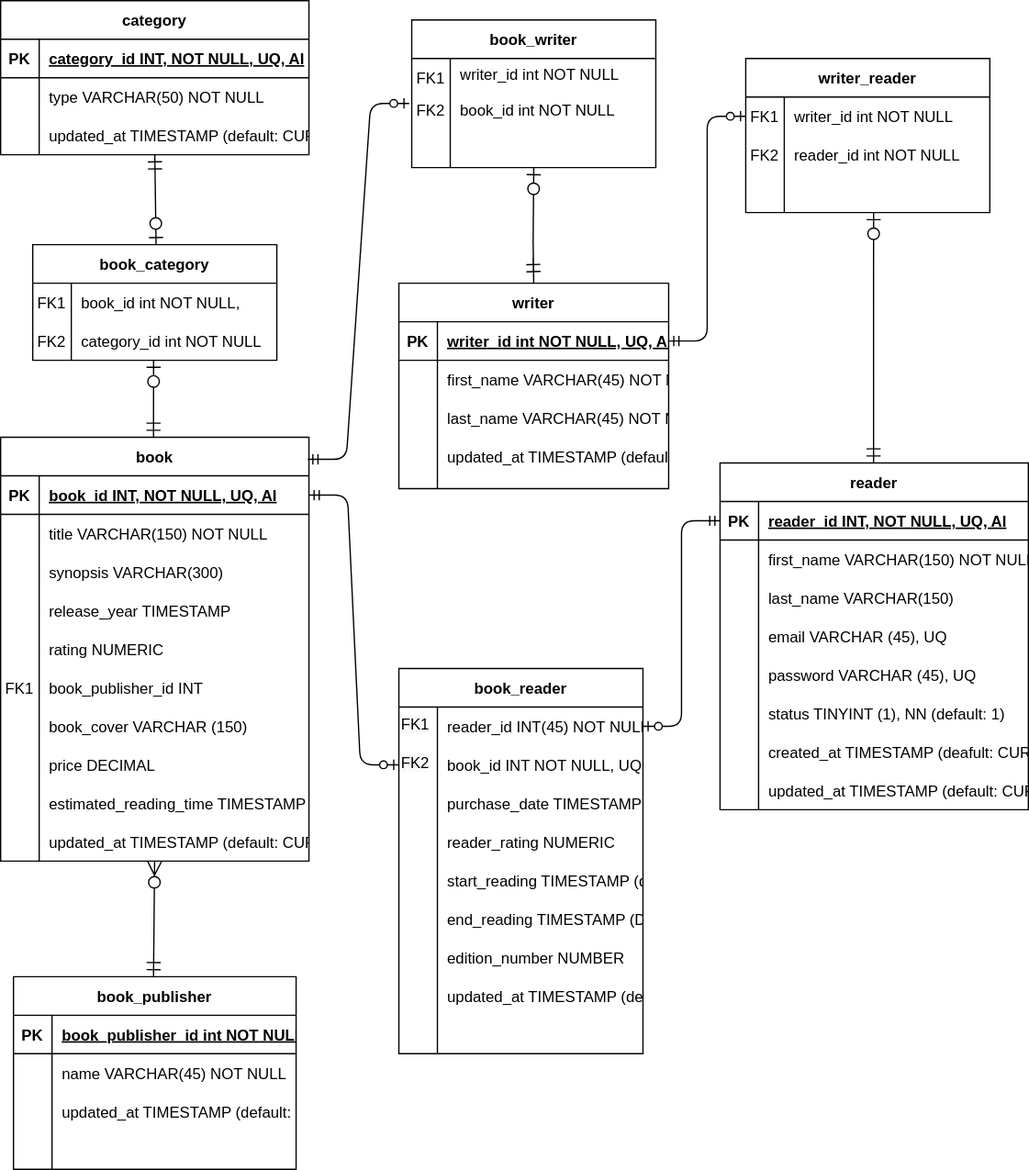
CristianaCostaPereira/BooketList keeps this draw.io diagram as Data_Base_Diagram.svg. Above is the earlier version. Source tidied: cells renumbered, new cells last; positions are measured from the earlier drawing's top-left corner, leaving out a move shared by most shapes.
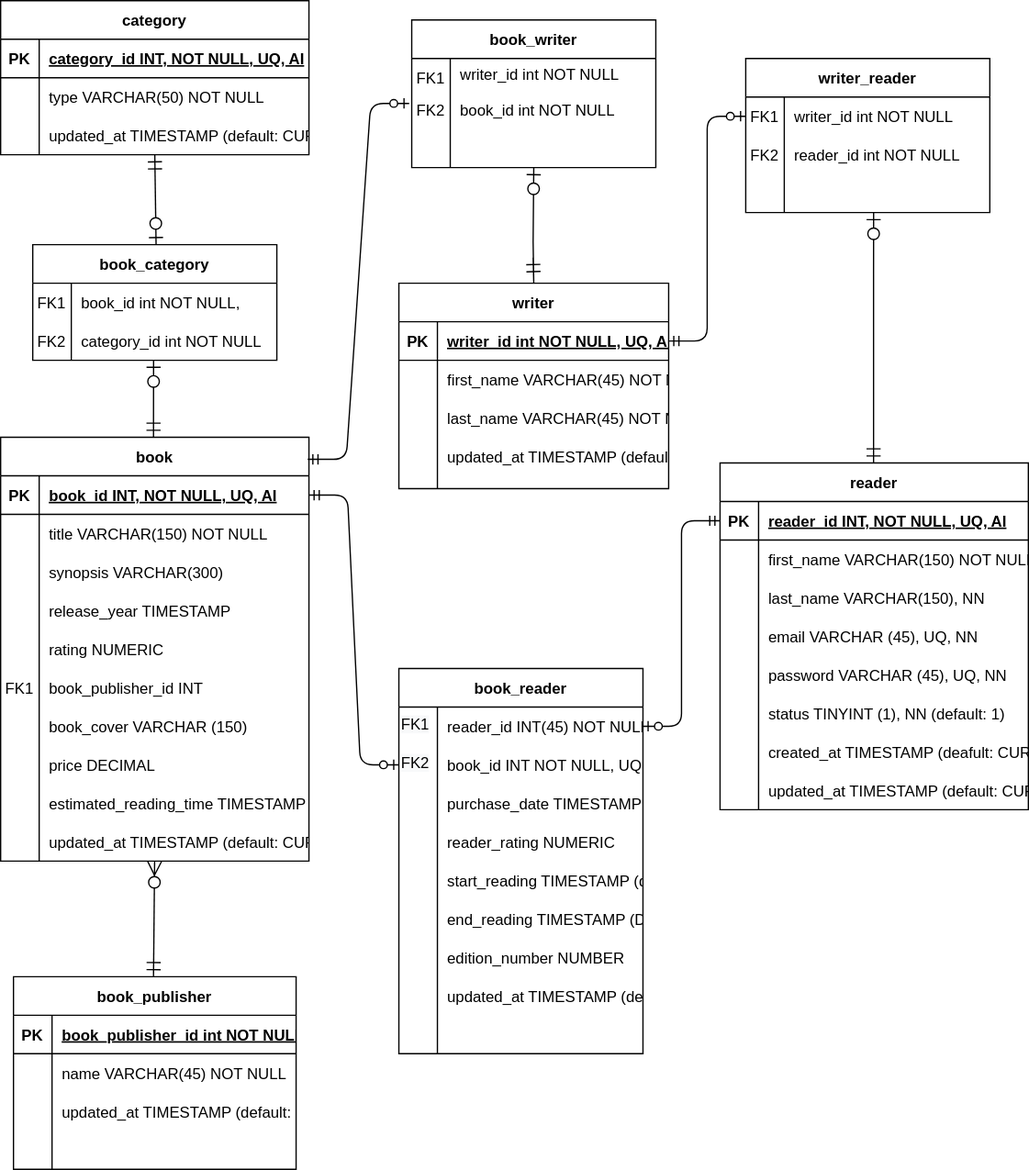
After the commit.

Change to the diagram source:
```diff
@@ -407,7 +407,7 @@
     <mxCell id="130" style="shape=partialRectangle;overflow=hidden;fillColor=none;top=0;left=0;bottom=0;right=0;" parent="129" vertex="1">
       <mxGeometry width="30" height="30" as="geometry" />
     </mxCell>
-    <mxCell id="131" value="last_name VARCHAR(150)" style="shape=partialRectangle;overflow=hidden;fillColor=none;top=0;left=0;bottom=0;right=0;align=left;spacingLeft=6;" parent="129" vertex="1">
+    <mxCell id="131" value="last_name VARCHAR(150), NN" style="shape=partialRectangle;overflow=hidden;fillColor=none;top=0;left=0;bottom=0;right=0;align=left;spacingLeft=6;" parent="129" vertex="1">
       <mxGeometry x="30" width="210" height="30" as="geometry" />
     </mxCell>
     <mxCell id="132" style="shape=partialRectangle;fillColor=none;top=0;left=0;right=0;bottom=0;" parent="122" vertex="1">
@@ -416,7 +416,7 @@
     <mxCell id="133" style="shape=partialRectangle;overflow=hidden;fillColor=none;top=0;left=0;bottom=0;right=0;" parent="132" vertex="1">
       <mxGeometry width="30" height="30" as="geometry" />
     </mxCell>
-    <mxCell id="134" value="email VARCHAR (45), UQ" style="shape=partialRectangle;overflow=hidden;fillColor=none;top=0;left=0;bottom=0;right=0;align=left;spacingLeft=6;" parent="132" vertex="1">
+    <mxCell id="134" value="email VARCHAR (45), UQ, NN" style="shape=partialRectangle;overflow=hidden;fillColor=none;top=0;left=0;bottom=0;right=0;align=left;spacingLeft=6;" parent="132" vertex="1">
       <mxGeometry x="30" width="210" height="30" as="geometry" />
     </mxCell>
     <mxCell id="135" style="shape=partialRectangle;fillColor=none;top=0;left=0;right=0;bottom=0;" parent="122" vertex="1">
@@ -425,7 +425,7 @@
     <mxCell id="136" style="shape=partialRectangle;overflow=hidden;fillColor=none;top=0;left=0;bottom=0;right=0;" parent="135" vertex="1">
       <mxGeometry width="30" height="30" as="geometry" />
     </mxCell>
-    <mxCell id="137" value="password VARCHAR (45), UQ" style="shape=partialRectangle;overflow=hidden;fillColor=none;top=0;left=0;bottom=0;right=0;align=left;spacingLeft=6;" parent="135" vertex="1">
+    <mxCell id="137" value="password VARCHAR (45), UQ, NN" style="shape=partialRectangle;overflow=hidden;fillColor=none;top=0;left=0;bottom=0;right=0;align=left;spacingLeft=6;" parent="135" vertex="1">
       <mxGeometry x="30" width="210" height="30" as="geometry" />
     </mxCell>
     <mxCell id="138" style="shape=partialRectangle;fillColor=none;top=0;left=0;right=0;bottom=0;" parent="122" vertex="1">
```
